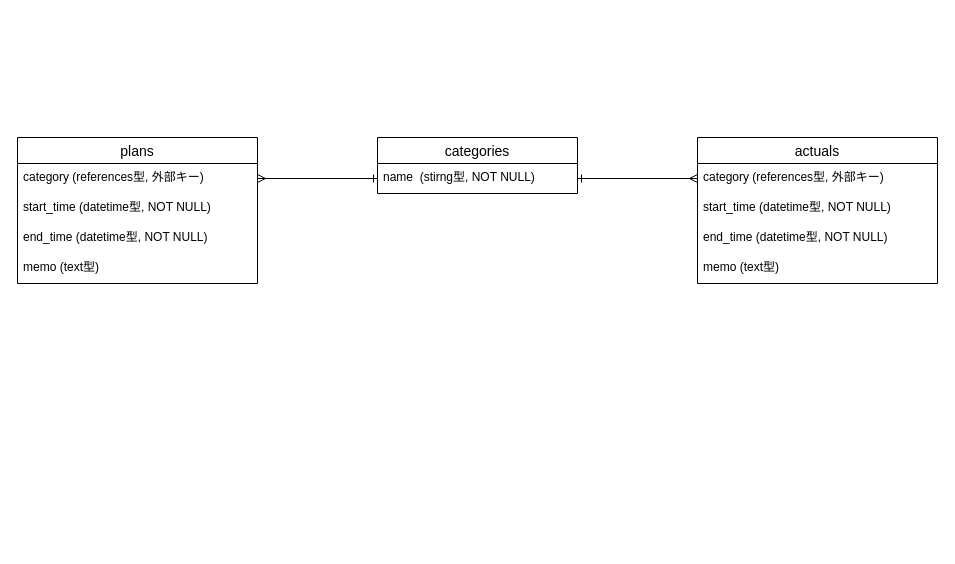
This is ER.dio from barsea/schedpoint, a draw.io file, before an edit. Source tidied: cells renumbered, new cells numbered last; positions are measured from the earlier drawing's top-left corner, leaving out a move shared by most shapes. Both pictures are drawn from the tidied source at 100%, with x=0, y=0 at pixel (17, 137).
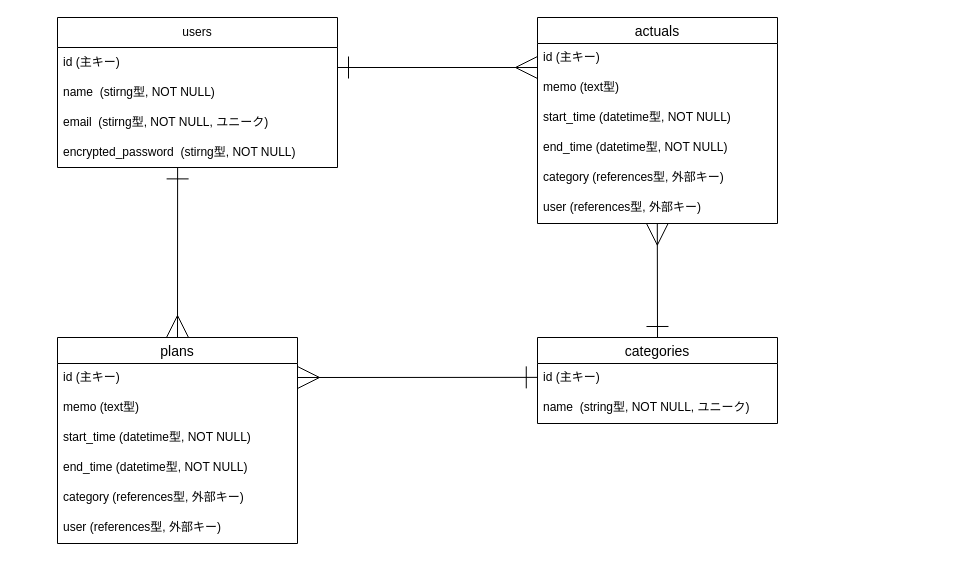
The same diagram, later.

Commit message (it also covers changes not shown here):
仕様変更によるER図および画面遷移図の変更

Change to the diagram source:
```diff
@@
     <mxCell id="2" value="plans" style="swimlane;fontStyle=0;horizontal=1;startSize=26;align=center;fontSize=14;" parent="1" vertex="1">
-      <mxGeometry width="240" height="146" as="geometry" />
+      <mxGeometry x="40" y="200" width="240" height="206" as="geometry" />
     </mxCell>
-    <mxCell id="3" value="category (references型, 外部キー)" style="text;strokeColor=none;fillColor=none;spacingLeft=4;spacingRight=4;overflow=hidden;points=[[0,0.5],[1,0.5]];portConstraint=eastwest;fontSize=12;whiteSpace=wrap;html=1;" parent="2" vertex="1">
-      <mxGeometry y="26" width="240" height="30" as="geometry" />
-    </mxCell>
+    <mxCell id="16" value="id (主キー)" style="text;strokeColor=none;fillColor=none;spacingLeft=4;spacingRight=4;overflow=hidden;fontSize=12;whiteSpace=wrap;html=1;" parent="2" vertex="1">
+      <mxGeometry y="26" width="240" height="30" as="geometry" />
+    </mxCell>
+    <mxCell id="6" value="memo&lt;span style=&quot;color: rgb(0, 0, 0);&quot;&gt;&amp;nbsp;(text型)&lt;/span&gt;" style="text;strokeColor=none;fillColor=none;spacingLeft=4;spacingRight=4;overflow=hidden;fontSize=12;whiteSpace=wrap;html=1;" parent="2" vertex="1">
+      <mxGeometry y="56" width="240" height="30" as="geometry" />
+    </mxCell>
     <mxCell id="4" value="start_time (datetime型, NOT NULL)" style="text;strokeColor=none;fillColor=none;spacingLeft=4;spacingRight=4;overflow=hidden;fontSize=12;whiteSpace=wrap;html=1;" parent="2" vertex="1">
-      <mxGeometry y="56" width="240" height="30" as="geometry" />
+      <mxGeometry y="86" width="240" height="30" as="geometry" />
     </mxCell>
     <mxCell id="5" value="end_time&lt;span style=&quot;color: rgb(0, 0, 0);&quot;&gt;&amp;nbsp;(datetime型, NOT NULL)&lt;/span&gt;" style="text;strokeColor=none;fillColor=none;spacingLeft=4;spacingRight=4;overflow=hidden;fontSize=12;whiteSpace=wrap;html=1;" parent="2" vertex="1">
-      <mxGeometry y="86" width="240" height="30" as="geometry" />
+      <mxGeometry y="116" width="240" height="30" as="geometry" />
     </mxCell>
-    <mxCell id="6" value="memo&lt;span style=&quot;color: rgb(0, 0, 0);&quot;&gt;&amp;nbsp;(text型)&lt;/span&gt;" style="text;strokeColor=none;fillColor=none;spacingLeft=4;spacingRight=4;overflow=hidden;fontSize=12;whiteSpace=wrap;html=1;" parent="2" vertex="1">
-      <mxGeometry y="116" width="240" height="30" as="geometry" />
-    </mxCell>
+    <mxCell id="3" value="category (references型, 外部キー)" style="text;strokeColor=none;fillColor=none;spacingLeft=4;spacingRight=4;overflow=hidden;points=[[0,0.5],[1,0.5]];portConstraint=eastwest;fontSize=12;whiteSpace=wrap;html=1;" parent="2" vertex="1">
+      <mxGeometry y="146" width="240" height="30" as="geometry" />
+    </mxCell>
+    <mxCell id="17" value="user (references型, 外部キー)" style="text;strokeColor=none;fillColor=none;spacingLeft=4;spacingRight=4;overflow=hidden;fontSize=12;whiteSpace=wrap;html=1;" parent="2" vertex="1">
+      <mxGeometry y="176" width="240" height="30" as="geometry" />
+    </mxCell>
+    <mxCell id="12" value="categories" style="swimlane;fontStyle=0;horizontal=1;startSize=26;align=center;fontSize=14;" parent="1" vertex="1">
+      <mxGeometry x="520" y="200" width="240" height="86" as="geometry" />
+    </mxCell>
+    <mxCell id="18" value="id (主キー)" style="text;strokeColor=none;fillColor=none;spacingLeft=4;spacingRight=4;overflow=hidden;points=[[0,0.5],[1,0.5]];portConstraint=eastwest;fontSize=12;whiteSpace=wrap;html=1;" parent="12" vertex="1">
+      <mxGeometry y="26" width="240" height="30" as="geometry" />
+    </mxCell>
+    <mxCell id="13" value="name&amp;nbsp;&amp;nbsp;(st&lt;span style=&quot;color: rgb(0, 0, 0);&quot;&gt;r&lt;/span&gt;ing型, NOT NULL&lt;span style=&quot;color: rgb(0, 0, 0);&quot;&gt;, ユニーク&lt;/span&gt;)" style="text;strokeColor=none;fillColor=none;spacingLeft=4;spacingRight=4;overflow=hidden;points=[[0,0.5],[1,0.5]];portConstraint=eastwest;fontSize=12;whiteSpace=wrap;html=1;" parent="12" vertex="1">
+      <mxGeometry y="56" width="240" height="30" as="geometry" />
+    </mxCell>
+    <mxCell id="19" value="users" style="swimlane;fontStyle=0;horizontal=1;startSize=30;whiteSpace=wrap;html=1;" parent="1" vertex="1">
+      <mxGeometry x="40" y="-120" width="280" height="150" as="geometry" />
+    </mxCell>
+    <mxCell id="20" value="id (主キー)" style="text;strokeColor=none;fillColor=none;align=left;verticalAlign=middle;spacingLeft=4;spacingRight=4;overflow=hidden;whiteSpace=wrap;html=1;" parent="19" vertex="1">
+      <mxGeometry y="30" width="280" height="30" as="geometry" />
+    </mxCell>
+    <mxCell id="21" value="&lt;span style=&quot;color: rgb(0, 0, 0);&quot;&gt;name&amp;nbsp;&amp;nbsp;(stirng型, NOT NULL)&lt;/span&gt;" style="text;strokeColor=none;fillColor=none;align=left;verticalAlign=middle;spacingLeft=4;spacingRight=4;overflow=hidden;whiteSpace=wrap;html=1;" parent="19" vertex="1">
+      <mxGeometry y="60" width="280" height="30" as="geometry" />
+    </mxCell>
+    <mxCell id="22" value="&lt;span style=&quot;color: rgb(0, 0, 0);&quot;&gt;email&amp;nbsp; (stirng型, NOT NULL, ユニーク)&lt;/span&gt;" style="text;strokeColor=none;fillColor=none;align=left;verticalAlign=middle;spacingLeft=4;spacingRight=4;overflow=hidden;whiteSpace=wrap;html=1;" parent="19" vertex="1">
+      <mxGeometry y="90" width="280" height="30" as="geometry" />
+    </mxCell>
+    <mxCell id="23" value="&lt;span style=&quot;color: rgb(0, 0, 0);&quot;&gt;&lt;span style=&quot;color: rgb(0, 0, 0); text-wrap-mode: nowrap;&quot;&gt;encrypted_password&lt;/span&gt;&amp;nbsp; (stirng型, NOT NULL)&lt;/span&gt;" style="text;strokeColor=none;fillColor=none;align=left;verticalAlign=middle;spacingLeft=4;spacingRight=4;overflow=hidden;points=[[0,0.5],[1,0.5]];portConstraint=eastwest;whiteSpace=wrap;html=1;" parent="19" vertex="1">
+      <mxGeometry y="120" width="280" height="30" as="geometry" />
+    </mxCell>
     <mxCell id="7" value="actuals" style="swimlane;fontStyle=0;horizontal=1;startSize=26;align=center;fontSize=14;" parent="1" vertex="1">
-      <mxGeometry x="680" width="240" height="146" as="geometry" />
+      <mxGeometry x="520" y="-120" width="240" height="206" as="geometry" />
     </mxCell>
-    <mxCell id="8" value="category (references型, 外部キー)" style="text;strokeColor=none;fillColor=none;spacingLeft=4;spacingRight=4;overflow=hidden;points=[[0,0.5],[1,0.5]];portConstraint=eastwest;fontSize=12;whiteSpace=wrap;html=1;" parent="7" vertex="1">
-      <mxGeometry y="26" width="240" height="30" as="geometry" />
-    </mxCell>
+    <mxCell id="24" value="id (主キー)" style="text;strokeColor=none;fillColor=none;spacingLeft=4;spacingRight=4;overflow=hidden;fontSize=12;whiteSpace=wrap;html=1;" parent="7" vertex="1">
+      <mxGeometry y="26" width="240" height="30" as="geometry" />
+    </mxCell>
+    <mxCell id="11" value="memo&lt;span style=&quot;color: rgb(0, 0, 0);&quot;&gt;&amp;nbsp;(text型)&lt;/span&gt;" style="text;strokeColor=none;fillColor=none;spacingLeft=4;spacingRight=4;overflow=hidden;fontSize=12;whiteSpace=wrap;html=1;" parent="7" vertex="1">
+      <mxGeometry y="56" width="240" height="30" as="geometry" />
+    </mxCell>
     <mxCell id="9" value="start_time (datetime型, NOT NULL)" style="text;strokeColor=none;fillColor=none;spacingLeft=4;spacingRight=4;overflow=hidden;fontSize=12;whiteSpace=wrap;html=1;" parent="7" vertex="1">
-      <mxGeometry y="56" width="240" height="30" as="geometry" />
+      <mxGeometry y="86" width="240" height="30" as="geometry" />
     </mxCell>
     <mxCell id="10" value="end_time&lt;span style=&quot;color: rgb(0, 0, 0);&quot;&gt;&amp;nbsp;(datetime型, NOT NULL)&lt;/span&gt;" style="text;strokeColor=none;fillColor=none;spacingLeft=4;spacingRight=4;overflow=hidden;fontSize=12;whiteSpace=wrap;html=1;" parent="7" vertex="1">
-      <mxGeometry y="86" width="240" height="30" as="geometry" />
+      <mxGeometry y="116" width="240" height="30" as="geometry" />
     </mxCell>
-    <mxCell id="11" value="memo&lt;span style=&quot;color: rgb(0, 0, 0);&quot;&gt;&amp;nbsp;(text型)&lt;/span&gt;" style="text;strokeColor=none;fillColor=none;spacingLeft=4;spacingRight=4;overflow=hidden;fontSize=12;whiteSpace=wrap;html=1;" parent="7" vertex="1">
-      <mxGeometry y="116" width="240" height="30" as="geometry" />
-    </mxCell>
-    <mxCell id="12" value="categories" style="swimlane;fontStyle=0;horizontal=1;startSize=26;align=center;fontSize=14;" parent="1" vertex="1">
-      <mxGeometry x="360" width="200" height="56" as="geometry" />
-    </mxCell>
-    <mxCell id="13" value="name&amp;nbsp;&amp;nbsp;(stirng型, NOT NULL)" style="text;strokeColor=none;fillColor=none;spacingLeft=4;spacingRight=4;overflow=hidden;points=[[0,0.5],[1,0.5]];portConstraint=eastwest;fontSize=12;whiteSpace=wrap;html=1;" parent="12" vertex="1">
-      <mxGeometry y="26" width="200" height="30" as="geometry" />
-    </mxCell>
-    <mxCell id="14" style="edgeStyle=none;html=1;exitX=1;exitY=0.5;exitDx=0;exitDy=0;entryX=0;entryY=0.5;entryDx=0;entryDy=0;endArrow=ERone;endFill=0;startArrow=ERmany;startFill=0;" parent="1" edge="1" source="3" target="13">
-      <mxGeometry relative="1" as="geometry" />
-    </mxCell>
-    <mxCell id="15" style="edgeStyle=none;html=1;exitX=1;exitY=0.5;exitDx=0;exitDy=0;entryX=0;entryY=0.5;entryDx=0;entryDy=0;endArrow=ERmany;endFill=0;startArrow=ERone;startFill=0;" parent="1" edge="1" source="13" target="8">
-      <mxGeometry relative="1" as="geometry" />
-    </mxCell>
+    <mxCell id="8" value="category (references型, 外部キー)" style="text;strokeColor=none;fillColor=none;spacingLeft=4;spacingRight=4;overflow=hidden;points=[[0,0.5],[1,0.5]];portConstraint=eastwest;fontSize=12;whiteSpace=wrap;html=1;" parent="7" vertex="1">
+      <mxGeometry y="146" width="240" height="30" as="geometry" />
+    </mxCell>
+    <mxCell id="25" value="user (references型, 外部キー)" style="text;strokeColor=none;fillColor=none;spacingLeft=4;spacingRight=4;overflow=hidden;fontSize=12;whiteSpace=wrap;html=1;" parent="7" vertex="1">
+      <mxGeometry y="176" width="240" height="30" as="geometry" />
+    </mxCell>
+    <mxCell id="26" style="edgeStyle=none;html=1;entryX=0;entryY=0.633;entryDx=0;entryDy=0;entryPerimeter=0;endArrow=ERmany;endFill=0;startArrow=ERone;startFill=0;targetPerimeterSpacing=0;endSize=20;startSize=20;" parent="1" edge="1">
+      <mxGeometry relative="1" as="geometry">
+        <mxPoint x="320" y="-70" as="sourcePoint" />
+        <mxPoint x="520" y="-70" as="targetPoint" />
+      </mxGeometry>
+    </mxCell>
+    <mxCell id="27" style="edgeStyle=none;html=1;endArrow=ERone;endFill=0;startArrow=ERmany;startFill=0;targetPerimeterSpacing=0;endSize=20;startSize=20;entryX=-0.001;entryY=0.462;entryDx=0;entryDy=0;entryPerimeter=0;" parent="1" edge="1" target="18">
+      <mxGeometry relative="1" as="geometry">
+        <mxPoint x="280" y="240" as="sourcePoint" />
+      </mxGeometry>
+    </mxCell>
+    <mxCell id="28" style="edgeStyle=none;html=1;endArrow=ERmany;endFill=0;startArrow=ERone;startFill=0;targetPerimeterSpacing=0;endSize=20;startSize=20;exitX=0.429;exitY=1.013;exitDx=0;exitDy=0;exitPerimeter=0;entryX=0.5;entryY=0;entryDx=0;entryDy=0;" parent="1" edge="1" source="23" target="2">
+      <mxGeometry relative="1" as="geometry" />
+    </mxCell>
+    <mxCell id="29" style="edgeStyle=none;html=1;endArrow=ERone;endFill=0;startArrow=ERmany;startFill=0;targetPerimeterSpacing=0;endSize=20;startSize=20;exitX=0.429;exitY=1.013;exitDx=0;exitDy=0;exitPerimeter=0;entryX=0.5;entryY=0;entryDx=0;entryDy=0;" parent="1" edge="1" target="12">
+      <mxGeometry relative="1" as="geometry">
+        <mxPoint x="639.8" y="85.6" as="sourcePoint" />
+      </mxGeometry>
+    </mxCell>
```
